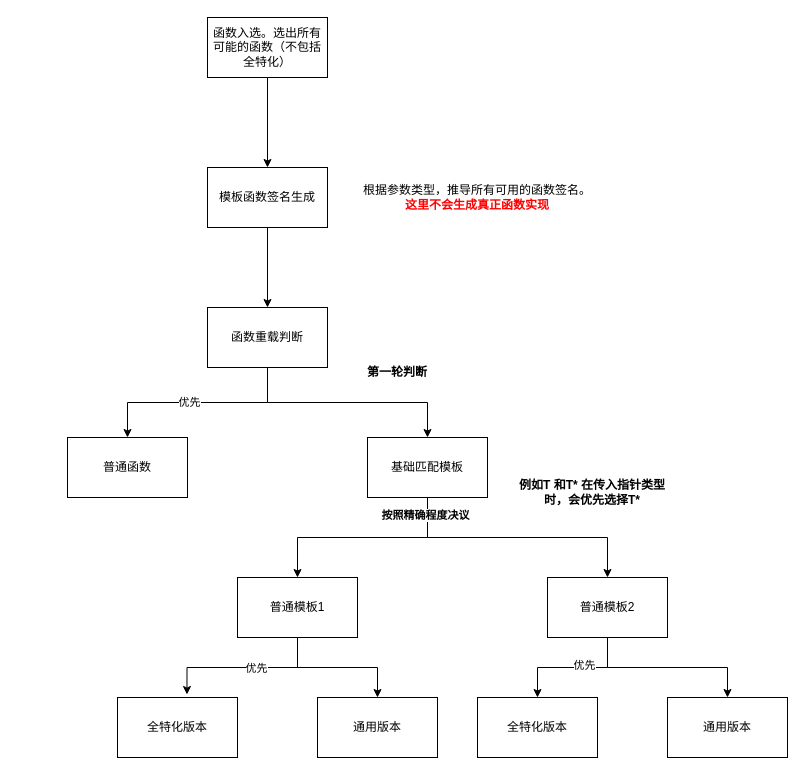
Above: page "模板函数重载决策" (8 of 9) of io.drawio in spicyhot11/interview-preparation (draw.io), before the change. Source tidied: cells renumbered, new cells numbered last; positions are measured from the earlier drawing's top-left corner, leaving out a move shared by most shapes. Both pictures are drawn from the tidied source at 100%, with x=0, y=0 at pixel (67, 17).
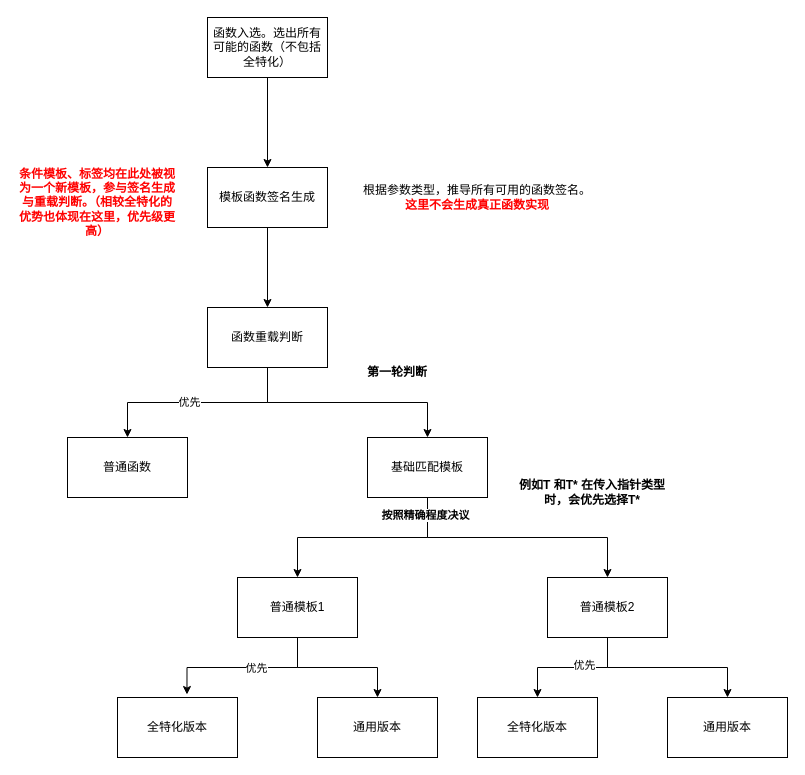
The same diagram, later.

Diff of the diagram source:
```diff
@@
+    <mxCell id="30" value="条件模板、标签均在此处被视为一个新模板，参与签名生成与重载判断。（相较全特化的优势也体现在这里，优先级更高）" style="text;html=1;whiteSpace=wrap;strokeColor=none;fillColor=none;align=center;verticalAlign=middle;rounded=0;fontStyle=1;fontColor=#FF0000;" parent="1" vertex="1">
+      <mxGeometry x="-50" y="140" width="160" height="90" as="geometry" />
+    </mxCell>
```
